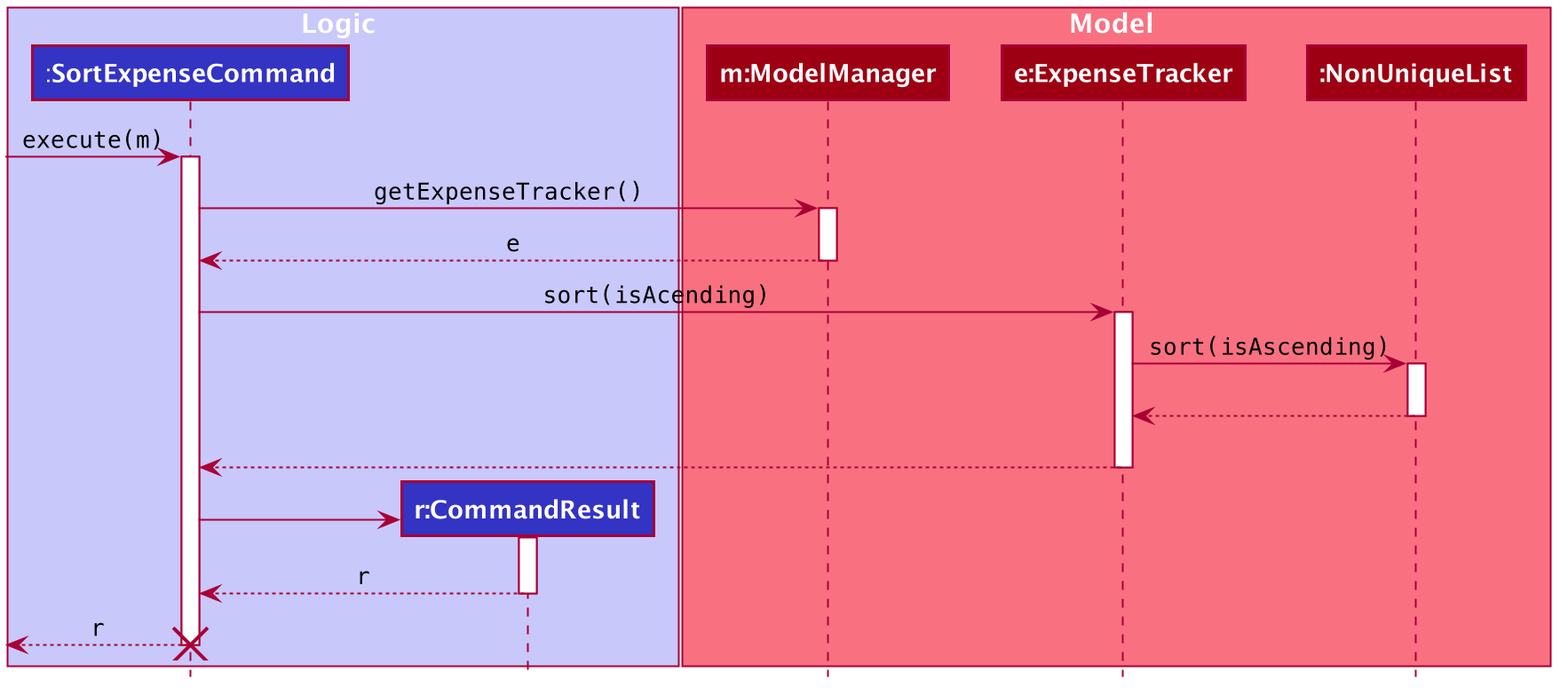
yanlynnnnn/tp keeps this PlantUML diagram as docs/images/SortExpenseSD.png. Above is the earlier version.
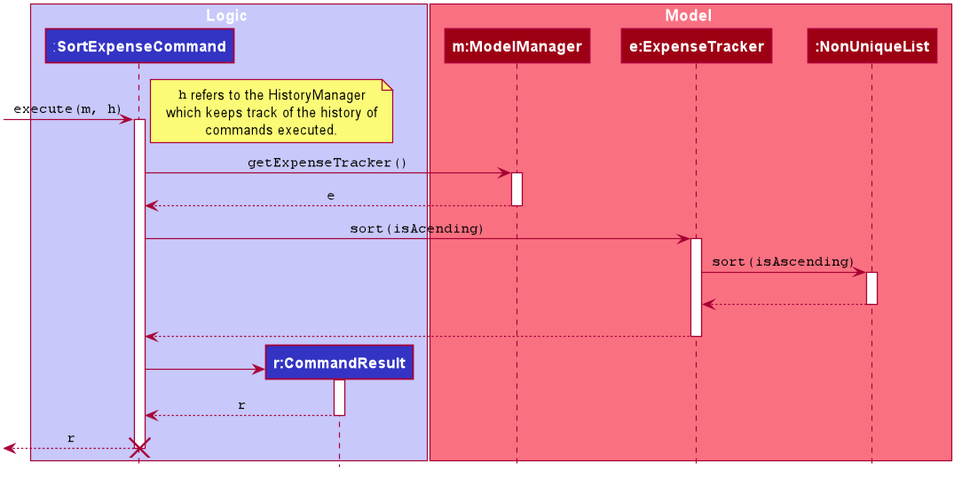
Above is the later version.

Commit message:
Add parameter h into puml diagrams to account for HistoryManager parameter

Diff of the diagram source:
```diff
@@ -61,8 +61,14 @@
 participant "**:NonUniqueList**" as NonUniqueList #9D0012
 end box
 
-[-> SortExpenseCommand : ""execute(m)""
+[-> SortExpenseCommand : ""execute(m, h)""
 activate SortExpenseCommand
+
+note right
+""h"" refers to the HistoryManager
+which keeps track of the history of
+commands executed.
+end note
 
 SortExpenseCommand -> ModelManager : ""getExpenseTracker()""
 activate ModelManager
```
